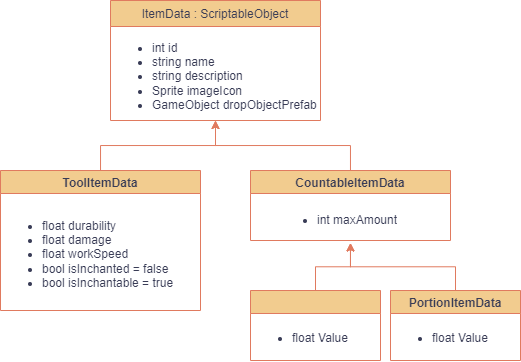
Earlier version of the draw.io export 제목 없는 다이어그램.drawio.png (hae-seung/ddolking). Source tidied: cells renumbered, new cells last; positions are measured from the earlier drawing's top-left corner, leaving out a move shared by most shapes.
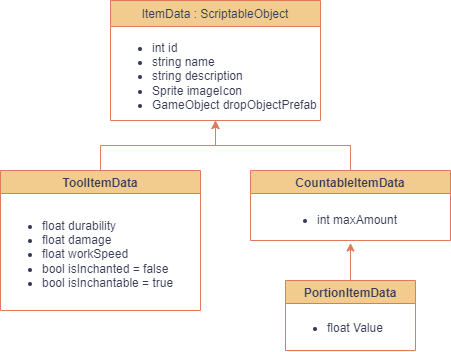
Later version of the same file.

Commit message:
제목 없는 다이어그램.drawio.png 업데이트

The edit, as a diff of the source:
```diff
@@ -30,19 +30,10 @@
       <mxGeometry relative="1" as="geometry" />
     </mxCell>
     <mxCell id="11" value="PortionItemData" style="swimlane;strokeColor=#E07A5F;fontColor=#393C56;fillColor=#F2CC8F;" parent="1" vertex="1">
-      <mxGeometry x="390" y="290" width="130" height="70" as="geometry" />
+      <mxGeometry x="285" y="280" width="130" height="70" as="geometry" />
     </mxCell>
     <mxCell id="12" value="&lt;ul&gt;&lt;li&gt;float Value&lt;/li&gt;&lt;/ul&gt;" style="text;strokeColor=none;fillColor=none;html=1;whiteSpace=wrap;verticalAlign=middle;overflow=hidden;fontColor=#393C56;" parent="11" vertex="1">
       <mxGeometry y="25" width="130" height="45" as="geometry" />
     </mxCell>
-    <mxCell id="13" style="edgeStyle=orthogonalEdgeStyle;rounded=0;jettySize=auto;html=1;strokeColor=#E07A5F;fontColor=#393C56;fillColor=#F2CC8F;" parent="1" edge="1" source="14" target="6">
-      <mxGeometry relative="1" as="geometry" />
-    </mxCell>
-    <mxCell id="14" style="swimlane;strokeColor=#E07A5F;fontColor=#393C56;fillColor=#F2CC8F;" parent="1" vertex="1">
-      <mxGeometry x="250" y="290" width="130" height="70" as="geometry" />
-    </mxCell>
-    <mxCell id="15" value="&lt;ul&gt;&lt;li&gt;float Value&lt;/li&gt;&lt;/ul&gt;" style="text;strokeColor=none;fillColor=none;html=1;whiteSpace=wrap;verticalAlign=middle;overflow=hidden;fontColor=#393C56;" parent="14" vertex="1">
-      <mxGeometry y="25" width="130" height="45" as="geometry" />
-    </mxCell>
   </root>
 </mxGraphModel>
```
